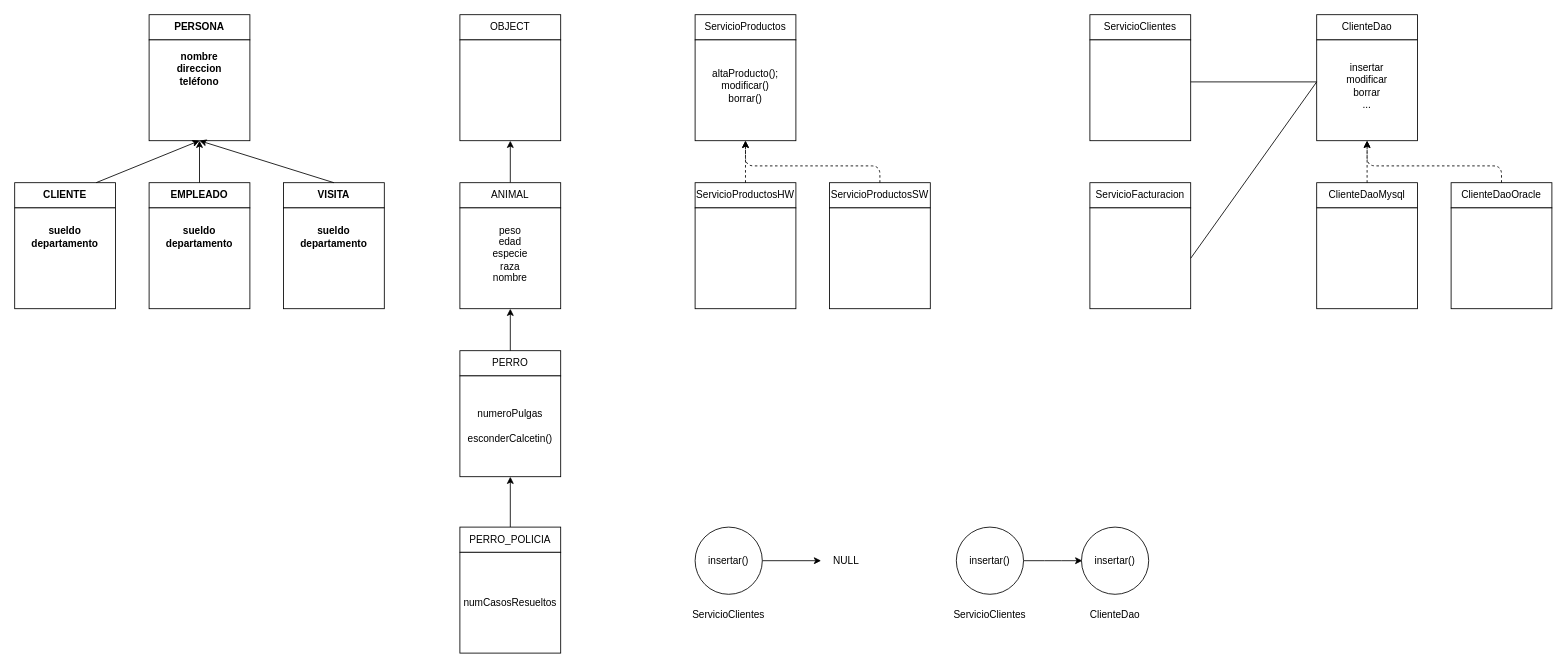
Earlier version of the draw.io diagram page "Página-1" (1 of 18) of diagramas.drawio (lrag/java2025). Source tidied: cells renumbered, new cells numbered last; positions are measured from the earlier drawing's top-left corner, leaving out a move shared by most shapes. Both pictures are drawn from the tidied source at 84%, with x=0, y=0 at pixel (14, 14).
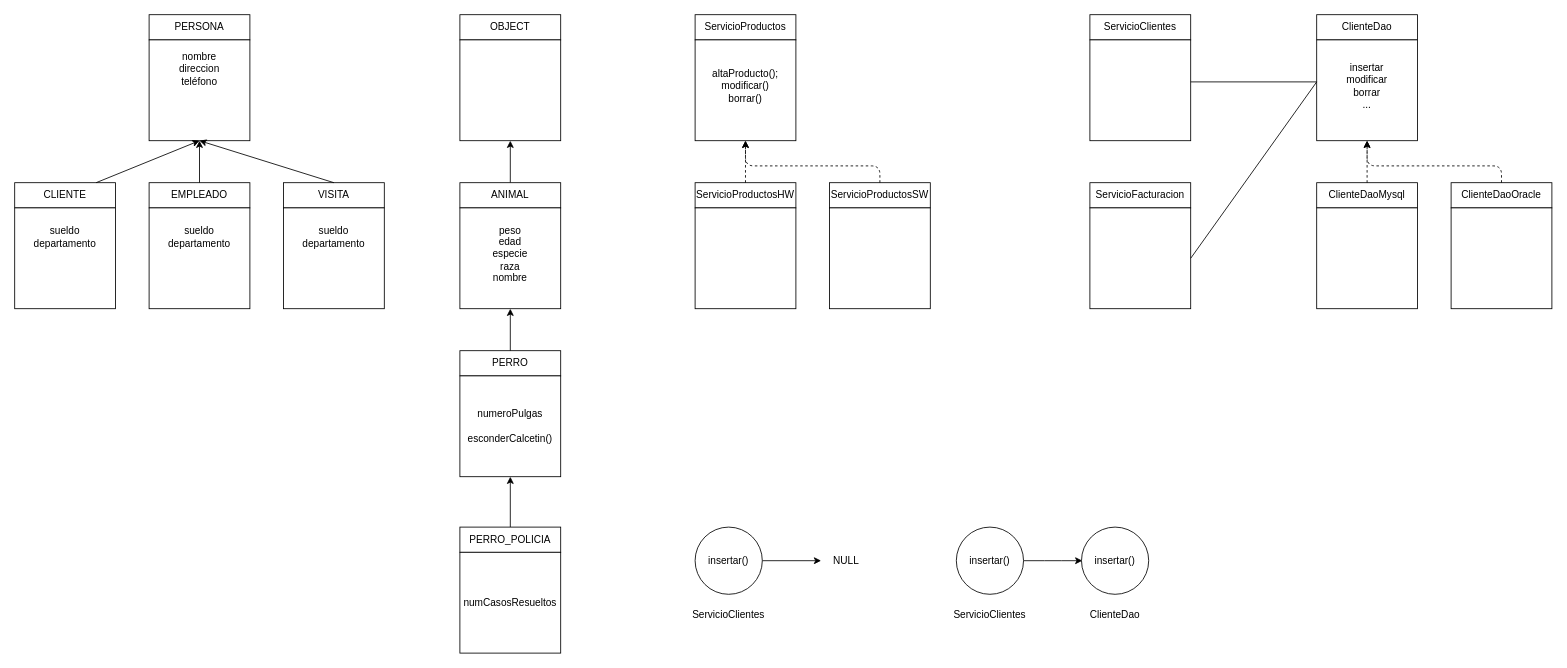
The same diagram, later.

The edit, as a diff of the source:
```diff
@@
-    <mxCell id="2" value="PERSONA" style="rounded=0;whiteSpace=wrap;html=1;fontStyle=1;" parent="1" vertex="1">
+    <mxCell id="2" value="&lt;span style=&quot;font-weight: normal;&quot;&gt;PERSONA&lt;/span&gt;" style="rounded=0;whiteSpace=wrap;html=1;fontStyle=1;" parent="1" vertex="1">
       <mxGeometry x="160" width="120" height="30" as="geometry" />
     </mxCell>
@@
-    <mxCell id="4" value="EMPLEADO" style="rounded=0;whiteSpace=wrap;html=1;fontStyle=1;" parent="1" vertex="1">
+    <mxCell id="4" value="&lt;span style=&quot;font-weight: normal;&quot;&gt;EMPLEADO&lt;/span&gt;" style="rounded=0;whiteSpace=wrap;html=1;fontStyle=1;" parent="1" vertex="1">
       <mxGeometry x="160" y="200" width="120" height="30" as="geometry" />
     </mxCell>
@@
-    <mxCell id="7" value="nombre&lt;br&gt;direccion&lt;br&gt;teléfono" style="text;html=1;strokeColor=none;fillColor=none;align=center;verticalAlign=middle;whiteSpace=wrap;rounded=0;fontStyle=1;" parent="1" vertex="1">
+    <mxCell id="7" value="&lt;span style=&quot;font-weight: normal;&quot;&gt;nombre&lt;br&gt;direccion&lt;br&gt;teléfono&lt;/span&gt;" style="text;html=1;strokeColor=none;fillColor=none;align=center;verticalAlign=middle;whiteSpace=wrap;rounded=0;fontStyle=1;" parent="1" vertex="1">
       <mxGeometry x="190" y="50" width="60" height="30" as="geometry" />
     </mxCell>
-    <mxCell id="8" value="sueldo&lt;br&gt;departamento" style="text;html=1;strokeColor=none;fillColor=none;align=center;verticalAlign=middle;whiteSpace=wrap;rounded=0;fontStyle=1;" parent="1" vertex="1">
+    <mxCell id="8" value="&lt;span style=&quot;font-weight: normal;&quot;&gt;sueldo&lt;br&gt;departamento&lt;/span&gt;" style="text;html=1;strokeColor=none;fillColor=none;align=center;verticalAlign=middle;whiteSpace=wrap;rounded=0;fontStyle=1;" parent="1" vertex="1">
       <mxGeometry x="190" y="250" width="60" height="30" as="geometry" />
     </mxCell>
@@
-    <mxCell id="49" value="CLIENTE" style="rounded=0;whiteSpace=wrap;html=1;fontStyle=1;" parent="1" vertex="1">
+    <mxCell id="49" value="&lt;span style=&quot;font-weight: normal;&quot;&gt;CLIENTE&lt;/span&gt;" style="rounded=0;whiteSpace=wrap;html=1;fontStyle=1;" parent="1" vertex="1">
       <mxGeometry y="200" width="120" height="30" as="geometry" />
     </mxCell>
@@
-    <mxCell id="51" value="sueldo&lt;br&gt;departamento" style="text;html=1;strokeColor=none;fillColor=none;align=center;verticalAlign=middle;whiteSpace=wrap;rounded=0;fontStyle=1;" parent="1" vertex="1">
+    <mxCell id="51" value="&lt;span style=&quot;font-weight: normal;&quot;&gt;sueldo&lt;br&gt;departamento&lt;/span&gt;" style="text;html=1;strokeColor=none;fillColor=none;align=center;verticalAlign=middle;whiteSpace=wrap;rounded=0;fontStyle=1;" parent="1" vertex="1">
       <mxGeometry x="30" y="250" width="60" height="30" as="geometry" />
     </mxCell>
-    <mxCell id="52" value="VISITA" style="rounded=0;whiteSpace=wrap;html=1;fontStyle=1;" parent="1" vertex="1">
+    <mxCell id="52" value="&lt;span style=&quot;font-weight: normal;&quot;&gt;VISITA&lt;/span&gt;" style="rounded=0;whiteSpace=wrap;html=1;fontStyle=1;" parent="1" vertex="1">
       <mxGeometry x="320" y="200" width="120" height="30" as="geometry" />
     </mxCell>
@@
-    <mxCell id="54" value="sueldo&lt;br&gt;departamento" style="text;html=1;strokeColor=none;fillColor=none;align=center;verticalAlign=middle;whiteSpace=wrap;rounded=0;fontStyle=1;" parent="1" vertex="1">
+    <mxCell id="54" value="&lt;span style=&quot;font-weight: normal;&quot;&gt;sueldo&lt;br&gt;departamento&lt;/span&gt;" style="text;html=1;strokeColor=none;fillColor=none;align=center;verticalAlign=middle;whiteSpace=wrap;rounded=0;fontStyle=1;" parent="1" vertex="1">
       <mxGeometry x="350" y="250" width="60" height="30" as="geometry" />
     </mxCell>
```
